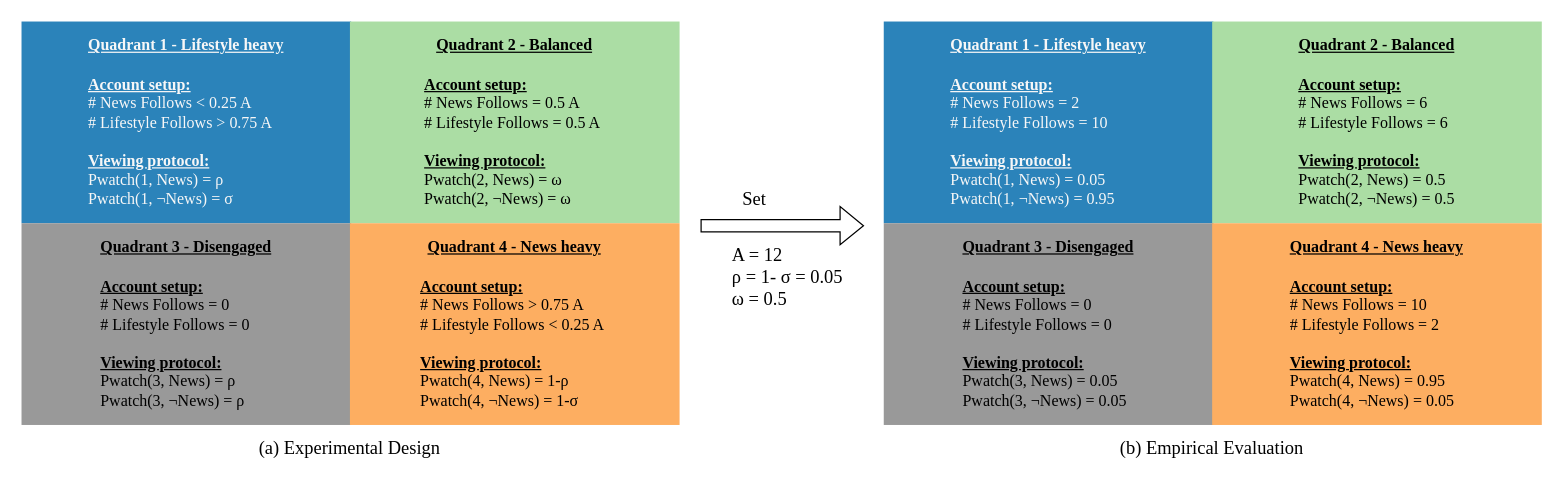
Above: square_quads.drawio in changgge/changgge (draw.io), before the change. Source tidied: cells renumbered, new cells numbered last; positions are measured from the earlier drawing's top-left corner, leaving out a move shared by most shapes. Both pictures are drawn from the tidied source at 123%, with x=0, y=0 at pixel (21, 21).
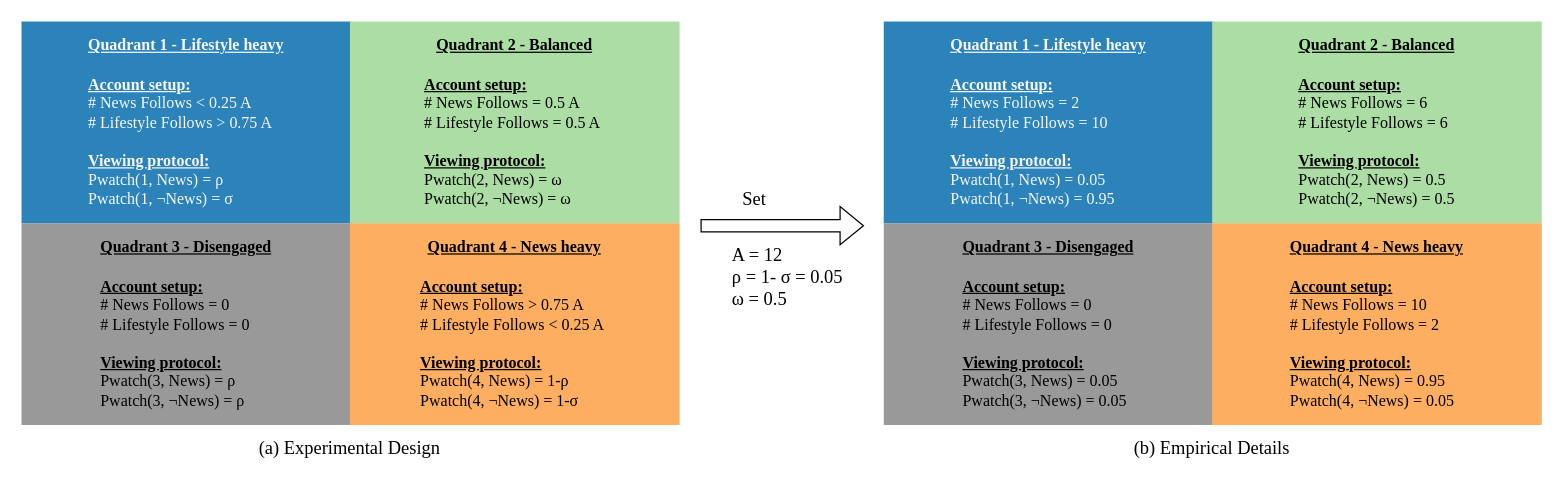
The same page after the edit.

Change to the diagram source:
```diff
@@
 <mxGraphModel>
   <root>
     <mxCell id="0" />
     <mxCell id="1" parent="0" />
     <mxCell id="2" value="&lt;u&gt;&lt;b&gt;Quadrant 1 - Lifestyle heavy&lt;/b&gt;&lt;/u&gt;&lt;div&gt;&lt;u&gt;&lt;br&gt;&lt;/u&gt;&lt;/div&gt;&lt;div&gt;&lt;div style=&quot;text-align: left;&quot;&gt;&lt;u&gt;&lt;b&gt;Account setup:&lt;/b&gt;&lt;/u&gt;&lt;/div&gt;&lt;div style=&quot;text-align: left;&quot;&gt;# News Follows &amp;lt; 0.25 A&lt;/div&gt;&lt;div&gt;&lt;div style=&quot;text-align: left;&quot;&gt;# Lifestyle Follows &amp;gt; 0.75 A&lt;/div&gt;&lt;div style=&quot;text-align: left;&quot;&gt;&lt;br&gt;&lt;/div&gt;&lt;div style=&quot;text-align: left;&quot;&gt;&lt;u&gt;&lt;b&gt;Viewing protocol:&lt;/b&gt;&lt;/u&gt;&lt;/div&gt;&lt;div style=&quot;text-align: left;&quot;&gt;Pwatch(1, News) =&amp;nbsp;ρ&lt;br&gt;&lt;/div&gt;&lt;/div&gt;&lt;div style=&quot;text-align: left;&quot;&gt;Pwatch(1,&amp;nbsp;&lt;span&gt;¬&lt;/span&gt;News) =&amp;nbsp;&lt;span&gt;σ&lt;/span&gt;&lt;/div&gt;&lt;/div&gt;" style="rounded=0;whiteSpace=wrap;html=1;fillColor=#2B83BA;strokeColor=none;fontColor=#F7F7F7;fontFamily=Times New Roman;fontSize=13;" parent="1" vertex="1">
       <mxGeometry width="268" height="164" as="geometry" />
     </mxCell>
     <mxCell id="3" value="&lt;u style=&quot;caret-color: rgb(247, 247, 247);&quot;&gt;&lt;b&gt;Quadrant 2 - Balanced&lt;/b&gt;&lt;/u&gt;&lt;div style=&quot;caret-color: rgb(247, 247, 247);&quot;&gt;&lt;u&gt;&lt;br&gt;&lt;/u&gt;&lt;/div&gt;&lt;div style=&quot;caret-color: rgb(247, 247, 247);&quot;&gt;&lt;div style=&quot;text-align: left;&quot;&gt;&lt;u&gt;&lt;b&gt;Account setup:&lt;/b&gt;&lt;/u&gt;&lt;/div&gt;&lt;div style=&quot;text-align: left;&quot;&gt;&lt;span&gt;# News Follows = 0.5 A&lt;/span&gt;&lt;/div&gt;&lt;div&gt;&lt;div style=&quot;text-align: left;&quot;&gt;&lt;span&gt;# Lifestyle Follows = 0.5 A&amp;nbsp;&lt;/span&gt;&lt;/div&gt;&lt;div style=&quot;text-align: left;&quot;&gt;&lt;span&gt;&lt;br&gt;&lt;/span&gt;&lt;/div&gt;&lt;div style=&quot;text-align: left;&quot;&gt;&lt;u&gt;&lt;b&gt;Viewing protocol:&lt;/b&gt;&lt;/u&gt;&lt;/div&gt;&lt;div style=&quot;text-align: left;&quot;&gt;Pwatch(2, News) =&amp;nbsp;ω&lt;br&gt;&lt;/div&gt;&lt;/div&gt;&lt;div style=&quot;text-align: left;&quot;&gt;&lt;span&gt;Pwatch(2,&amp;nbsp;¬News) =&amp;nbsp;&lt;/span&gt;ω&lt;/div&gt;&lt;/div&gt;" style="rounded=0;whiteSpace=wrap;html=1;fillColor=#ABDDA4;strokeColor=none;fontColor=#000000;fontFamily=Times New Roman;fontSize=13;" parent="1" vertex="1">
       <mxGeometry x="267" width="268" height="164" as="geometry" />
     </mxCell>
     <mxCell id="4" value="&lt;u style=&quot;caret-color: rgb(247, 247, 247);&quot;&gt;&lt;b&gt;Quadrant 3 - Disengaged&lt;/b&gt;&lt;/u&gt;&lt;div style=&quot;caret-color: rgb(247, 247, 247);&quot;&gt;&lt;u&gt;&lt;br&gt;&lt;/u&gt;&lt;/div&gt;&lt;div style=&quot;caret-color: rgb(247, 247, 247);&quot;&gt;&lt;div style=&quot;text-align: left;&quot;&gt;&lt;u&gt;&lt;b&gt;Account setup:&lt;/b&gt;&lt;/u&gt;&lt;/div&gt;&lt;div style=&quot;text-align: left;&quot;&gt;# News Follows = 0&lt;/div&gt;&lt;div&gt;&lt;div style=&quot;text-align: left;&quot;&gt;# Lifestyle Follows = 0&lt;/div&gt;&lt;div style=&quot;text-align: left;&quot;&gt;&lt;br&gt;&lt;/div&gt;&lt;div style=&quot;text-align: left;&quot;&gt;&lt;u&gt;&lt;b&gt;Viewing protocol:&lt;/b&gt;&lt;/u&gt;&lt;/div&gt;&lt;div style=&quot;text-align: left;&quot;&gt;Pwatch(3, News) =&amp;nbsp;ρ&lt;br&gt;&lt;/div&gt;&lt;/div&gt;&lt;div style=&quot;text-align: left;&quot;&gt;Pwatch(3,&amp;nbsp;¬News) = ρ&lt;/div&gt;&lt;/div&gt;" style="rounded=0;whiteSpace=wrap;html=1;fillColor=#999999;strokeColor=none;fontColor=#000000;fontFamily=Times New Roman;fontSize=13;" parent="1" vertex="1">
       <mxGeometry y="164" width="268" height="164" as="geometry" />
     </mxCell>
     <mxCell id="5" value="&lt;u&gt;&lt;b&gt;Quadrant 4 - News heavy&lt;/b&gt;&lt;/u&gt;&lt;div&gt;&lt;u&gt;&lt;br&gt;&lt;/u&gt;&lt;/div&gt;&lt;div&gt;&lt;div style=&quot;text-align: left;&quot;&gt;&lt;u&gt;&lt;b&gt;Account setup:&lt;/b&gt;&lt;/u&gt;&lt;/div&gt;&lt;div style=&quot;text-align: left;&quot;&gt;# News Follows &amp;gt; 0.75 A&lt;/div&gt;&lt;div&gt;&lt;div style=&quot;text-align: left;&quot;&gt;# Lifestyle Follows &amp;lt; 0.25 A&amp;nbsp;&lt;/div&gt;&lt;div style=&quot;text-align: left;&quot;&gt;&lt;br&gt;&lt;/div&gt;&lt;div style=&quot;text-align: left;&quot;&gt;&lt;u&gt;&lt;b&gt;Viewing protocol:&lt;/b&gt;&lt;/u&gt;&lt;/div&gt;&lt;div style=&quot;text-align: left;&quot;&gt;Pwatch(4, News) = 1-ρ&lt;br&gt;&lt;/div&gt;&lt;/div&gt;&lt;div style=&quot;text-align: left;&quot;&gt;Pwatch(4,&amp;nbsp;¬News) = 1-σ&lt;/div&gt;&lt;/div&gt;" style="rounded=0;whiteSpace=wrap;html=1;fillColor=#FDAE61;strokeColor=none;fontColor=#000000;fontFamily=Times New Roman;fontSize=13;" parent="1" vertex="1">
       <mxGeometry x="267" y="164" width="268" height="164" as="geometry" />
     </mxCell>
     <mxCell id="6" value="(a) Experimental Design" style="text;html=1;align=center;verticalAlign=middle;whiteSpace=wrap;rounded=0;fontFamily=Times New Roman;fontSize=15;" parent="1" vertex="1">
       <mxGeometry x="172" y="331" width="190" height="30" as="geometry" />
     </mxCell>
     <mxCell id="7" value="&lt;u&gt;&lt;b&gt;Quadrant 1 - Lifestyle heavy&lt;/b&gt;&lt;/u&gt;&lt;div&gt;&lt;u&gt;&lt;br&gt;&lt;/u&gt;&lt;/div&gt;&lt;div&gt;&lt;div style=&quot;text-align: left;&quot;&gt;&lt;u&gt;&lt;b&gt;Account setup:&lt;/b&gt;&lt;/u&gt;&lt;/div&gt;&lt;div style=&quot;text-align: left;&quot;&gt;# News Follows = 2&lt;/div&gt;&lt;div&gt;&lt;div style=&quot;text-align: left;&quot;&gt;# Lifestyle Follows = 10&lt;/div&gt;&lt;div style=&quot;text-align: left;&quot;&gt;&lt;br&gt;&lt;/div&gt;&lt;div style=&quot;text-align: left;&quot;&gt;&lt;u&gt;&lt;b&gt;Viewing protocol:&lt;/b&gt;&lt;/u&gt;&lt;/div&gt;&lt;div style=&quot;text-align: left;&quot;&gt;Pwatch(1, News) = 0.05&lt;br&gt;&lt;/div&gt;&lt;/div&gt;&lt;div style=&quot;text-align: left;&quot;&gt;Pwatch(1,&amp;nbsp;&lt;span&gt;¬&lt;/span&gt;News) = 0.95&lt;/div&gt;&lt;/div&gt;" style="rounded=0;whiteSpace=wrap;html=1;fillColor=#2B83BA;strokeColor=none;fontColor=#F7F7F7;fontFamily=Times New Roman;fontSize=13;" parent="1" vertex="1">
       <mxGeometry x="701" width="268" height="164" as="geometry" />
     </mxCell>
     <mxCell id="8" value="&lt;u style=&quot;caret-color: rgb(247, 247, 247);&quot;&gt;&lt;b&gt;Quadrant 2 - Balanced&lt;/b&gt;&lt;/u&gt;&lt;div style=&quot;caret-color: rgb(247, 247, 247);&quot;&gt;&lt;u&gt;&lt;br&gt;&lt;/u&gt;&lt;/div&gt;&lt;div style=&quot;caret-color: rgb(247, 247, 247);&quot;&gt;&lt;div style=&quot;text-align: left;&quot;&gt;&lt;u&gt;&lt;b&gt;Account setup:&lt;/b&gt;&lt;/u&gt;&lt;/div&gt;&lt;div style=&quot;text-align: left;&quot;&gt;&lt;span&gt;# News Follows = 6&lt;/span&gt;&lt;/div&gt;&lt;div&gt;&lt;div style=&quot;text-align: left;&quot;&gt;&lt;span&gt;# Lifestyle Follows = 6&amp;nbsp;&lt;/span&gt;&lt;/div&gt;&lt;div style=&quot;text-align: left;&quot;&gt;&lt;span&gt;&lt;br&gt;&lt;/span&gt;&lt;/div&gt;&lt;div style=&quot;text-align: left;&quot;&gt;&lt;u&gt;&lt;b&gt;Viewing protocol:&lt;/b&gt;&lt;/u&gt;&lt;/div&gt;&lt;div style=&quot;text-align: left;&quot;&gt;Pwatch(2, News) =&amp;nbsp;0.5&lt;br&gt;&lt;/div&gt;&lt;/div&gt;&lt;div style=&quot;text-align: left;&quot;&gt;&lt;span&gt;Pwatch(2,&amp;nbsp;¬News) = 0.5&lt;/span&gt;&lt;/div&gt;&lt;/div&gt;" style="rounded=0;whiteSpace=wrap;html=1;fillColor=#ABDDA4;strokeColor=none;fontColor=#000000;fontFamily=Times New Roman;fontSize=13;" parent="1" vertex="1">
       <mxGeometry x="968" width="268" height="164" as="geometry" />
     </mxCell>
     <mxCell id="9" value="&lt;u style=&quot;caret-color: rgb(247, 247, 247);&quot;&gt;&lt;b&gt;Quadrant 3 - Disengaged&lt;/b&gt;&lt;/u&gt;&lt;div style=&quot;caret-color: rgb(247, 247, 247);&quot;&gt;&lt;u&gt;&lt;br&gt;&lt;/u&gt;&lt;/div&gt;&lt;div style=&quot;caret-color: rgb(247, 247, 247);&quot;&gt;&lt;div style=&quot;text-align: left;&quot;&gt;&lt;u&gt;&lt;b&gt;Account setup:&lt;/b&gt;&lt;/u&gt;&lt;/div&gt;&lt;div style=&quot;text-align: left;&quot;&gt;# News Follows = 0&lt;/div&gt;&lt;div&gt;&lt;div style=&quot;text-align: left;&quot;&gt;# Lifestyle Follows = 0&lt;/div&gt;&lt;div style=&quot;text-align: left;&quot;&gt;&lt;br&gt;&lt;/div&gt;&lt;div style=&quot;text-align: left;&quot;&gt;&lt;u&gt;&lt;b&gt;Viewing protocol:&lt;/b&gt;&lt;/u&gt;&lt;/div&gt;&lt;div style=&quot;text-align: left;&quot;&gt;Pwatch(3, News) = 0.05&lt;br&gt;&lt;/div&gt;&lt;/div&gt;&lt;div style=&quot;text-align: left;&quot;&gt;Pwatch(3,&amp;nbsp;¬News) = 0.05&lt;/div&gt;&lt;/div&gt;" style="rounded=0;whiteSpace=wrap;html=1;fillColor=#999999;strokeColor=none;fontColor=#000000;fontFamily=Times New Roman;fontSize=13;" parent="1" vertex="1">
       <mxGeometry x="701" y="164" width="268" height="164" as="geometry" />
     </mxCell>
     <mxCell id="10" value="&lt;u&gt;&lt;b&gt;Quadrant 4 - News heavy&lt;/b&gt;&lt;/u&gt;&lt;div&gt;&lt;u&gt;&lt;br&gt;&lt;/u&gt;&lt;/div&gt;&lt;div&gt;&lt;div style=&quot;text-align: left;&quot;&gt;&lt;u&gt;&lt;b&gt;Account setup:&lt;/b&gt;&lt;/u&gt;&lt;/div&gt;&lt;div style=&quot;text-align: left;&quot;&gt;# News Follows = 10&lt;/div&gt;&lt;div&gt;&lt;div style=&quot;text-align: left;&quot;&gt;# Lifestyle Follows = 2&lt;/div&gt;&lt;div style=&quot;text-align: left;&quot;&gt;&lt;br&gt;&lt;/div&gt;&lt;div style=&quot;text-align: left;&quot;&gt;&lt;u&gt;&lt;b&gt;Viewing protocol:&lt;/b&gt;&lt;/u&gt;&lt;/div&gt;&lt;div style=&quot;text-align: left;&quot;&gt;Pwatch(4, News) = 0.95&lt;br&gt;&lt;/div&gt;&lt;/div&gt;&lt;div style=&quot;text-align: left;&quot;&gt;Pwatch(4,&amp;nbsp;¬News) = 0.05&lt;/div&gt;&lt;/div&gt;" style="rounded=0;whiteSpace=wrap;html=1;fillColor=#FDAE61;strokeColor=none;fontColor=#000000;fontFamily=Times New Roman;fontSize=13;" parent="1" vertex="1">
       <mxGeometry x="968" y="164" width="268" height="164" as="geometry" />
     </mxCell>
-    <mxCell id="11" value="(b) Empirical Evaluation" style="text;html=1;align=center;verticalAlign=middle;whiteSpace=wrap;rounded=0;fontFamily=Times New Roman;fontSize=15;" parent="1" vertex="1">
+    <mxCell id="11" value="(b) Empirical Details" style="text;html=1;align=center;verticalAlign=middle;whiteSpace=wrap;rounded=0;fontFamily=Times New Roman;fontSize=15;" parent="1" vertex="1">
       <mxGeometry x="873" y="331" width="190" height="30" as="geometry" />
     </mxCell>
     <mxCell id="12" style="shape=flexArrow;endArrow=classic;html=1;rounded=0;" parent="1" edge="1">
       <mxGeometry relative="1" as="geometry">
         <mxPoint x="552" y="166" as="sourcePoint" />
         <mxPoint x="685" y="166" as="targetPoint" />
       </mxGeometry>
     </mxCell>
     <mxCell id="13" value="Set" style="text;html=1;align=center;verticalAlign=middle;whiteSpace=wrap;rounded=0;fontSize=15;fontFamily=Times New Roman;" parent="1" vertex="1">
       <mxGeometry x="566" y="129" width="60" height="30" as="geometry" />
     </mxCell>
     <mxCell id="14" value="&lt;span&gt;A = 12&amp;nbsp;&lt;/span&gt;&lt;div&gt;&lt;span&gt;&lt;span style=&quot;caret-color: rgb(247, 247, 247);&quot;&gt;ρ = 1-&amp;nbsp;&lt;/span&gt;&lt;span style=&quot;caret-color: rgb(247, 247, 247);&quot;&gt;σ = 0.05&lt;/span&gt;&lt;/span&gt;&lt;/div&gt;&lt;div&gt;&lt;span&gt;&lt;span style=&quot;caret-color: rgb(247, 247, 247);&quot;&gt;ω = 0.5&lt;/span&gt;&lt;/span&gt;&lt;br&gt;&lt;/div&gt;" style="text;html=1;align=left;verticalAlign=middle;whiteSpace=wrap;rounded=0;fontColor=default;fontSize=15;fontFamily=Times New Roman;" parent="1" vertex="1">
       <mxGeometry x="576" y="192" width="125" height="30" as="geometry" />
     </mxCell>
   </root>
 </mxGraphModel>
```
